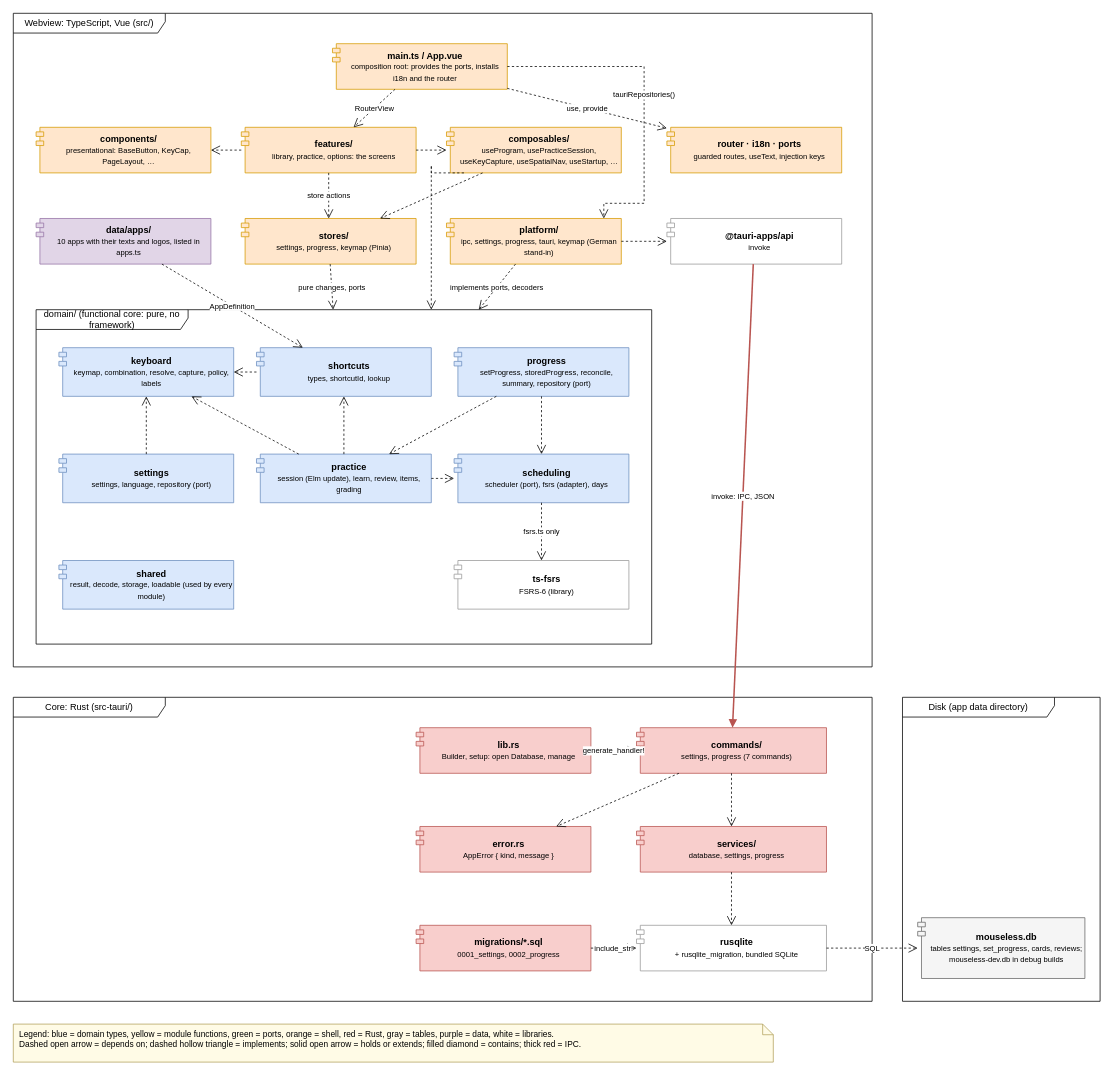
Above: page "Components" (1 of 10) of docs/uml.drawio in r0binius/mathe2-trainer (draw.io), before the change. Source tidied: cells renumbered, new cells numbered last; positions are measured from the earlier drawing's top-left corner, leaving out a move shared by most shapes. Both pictures are drawn from the tidied source at 76%, with x=0, y=0 at pixel (13, 13).
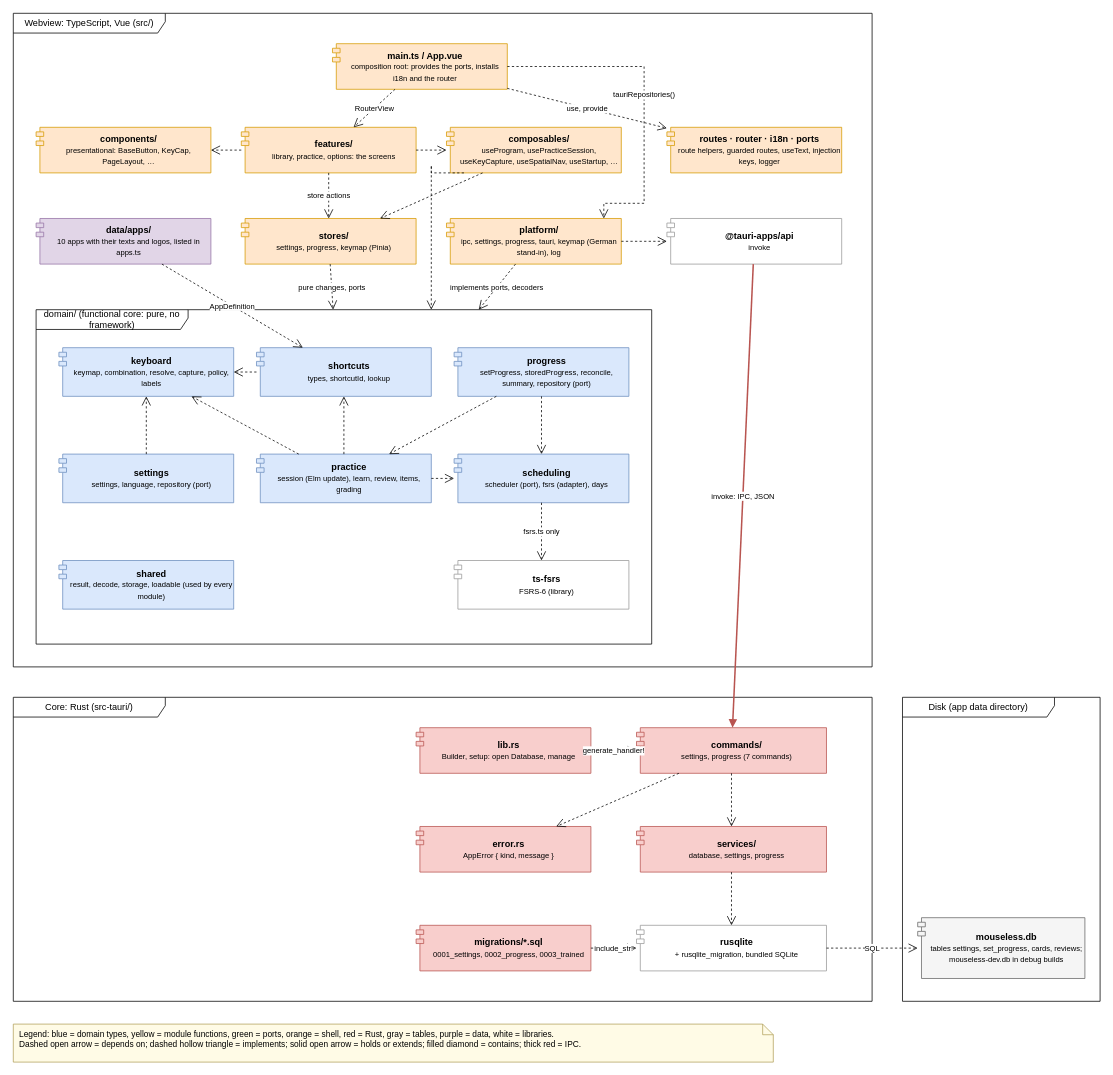
The same page after the edit.

The change refers to these unchanged cells:
```xml
<mxCell id="2" value="Webview: TypeScript, Vue (src/)" style="shape=umlFrame;whiteSpace=wrap;html=1;width=200;height=26;fillColor=none;" parent="1" vertex="1">
  <mxGeometry width="1130" height="860" as="geometry" />
</mxCell>
<mxCell id="3" value="Core: Rust (src-tauri/)" style="shape=umlFrame;whiteSpace=wrap;html=1;width=200;height=26;fillColor=none;" parent="1" vertex="1">
  <mxGeometry y="900" width="1130" height="400" as="geometry" />
</mxCell>
```

Diff of the diagram source:
```diff
@@
-    <mxCell id="8" value="&lt;b&gt;platform/&lt;/b&gt;&lt;br&gt;&lt;font style=&quot;font-size:10px&quot;&gt;ipc, settings, progress, tauri, keymap (German stand-in)&lt;/font&gt;" style="rounded=0;whiteSpace=wrap;html=1;fillColor=#ffe6cc;strokeColor=#d79b00;shape=module;jettyWidth=10;jettyHeight=6;align=center;spacingLeft=14;" parent="2" vertex="1">
+    <mxCell id="8" value="&lt;b&gt;platform/&lt;/b&gt;&lt;br&gt;&lt;font style=&quot;font-size:10px&quot;&gt;ipc, settings, progress, tauri, keymap (German stand-in), log&lt;/font&gt;" style="rounded=0;whiteSpace=wrap;html=1;fillColor=#ffe6cc;strokeColor=#d79b00;shape=module;jettyWidth=10;jettyHeight=6;align=center;spacingLeft=14;" parent="2" vertex="1">
       <mxGeometry x="570" y="270" width="230" height="60" as="geometry" />
     </mxCell>
@@
-    <mxCell id="23" value="&lt;b&gt;migrations/*.sql&lt;/b&gt;&lt;br&gt;&lt;font style=&quot;font-size:10px&quot;&gt;0001_settings, 0002_progress&lt;/font&gt;" style="rounded=0;whiteSpace=wrap;html=1;fillColor=#f8cecc;strokeColor=#b85450;shape=module;jettyWidth=10;jettyHeight=6;align=center;spacingLeft=14;" parent="3" vertex="1">
+    <mxCell id="23" value="&lt;b&gt;migrations/*.sql&lt;/b&gt;&lt;br&gt;&lt;font style=&quot;font-size:10px&quot;&gt;0001_settings, 0002_progress, 0003_trained&lt;/font&gt;" style="rounded=0;whiteSpace=wrap;html=1;fillColor=#f8cecc;strokeColor=#b85450;shape=module;jettyWidth=10;jettyHeight=6;align=center;spacingLeft=14;" parent="3" vertex="1">
       <mxGeometry x="530" y="300" width="230" height="60" as="geometry" />
     </mxCell>
@@
-    <mxCell id="50" value="&lt;b&gt;router · i18n · ports&lt;/b&gt;&lt;br&gt;&lt;font style=&quot;font-size:10px&quot;&gt;guarded routes, useText, injection keys&lt;/font&gt;" style="rounded=0;whiteSpace=wrap;html=1;fillColor=#ffe6cc;strokeColor=#d79b00;shape=module;jettyWidth=10;jettyHeight=6;align=center;spacingLeft=14;" parent="2" vertex="1">
+    <mxCell id="50" value="&lt;b&gt;routes · router · i18n · ports&lt;/b&gt;&lt;br&gt;&lt;font style=&quot;font-size:10px&quot;&gt;route helpers, guarded routes, useText, injection keys, logger&lt;/font&gt;" style="rounded=0;whiteSpace=wrap;html=1;fillColor=#ffe6cc;strokeColor=#d79b00;shape=module;jettyWidth=10;jettyHeight=6;align=center;spacingLeft=14;" parent="2" vertex="1">
       <mxGeometry x="860" y="150" width="230" height="60" as="geometry" />
     </mxCell>
```
